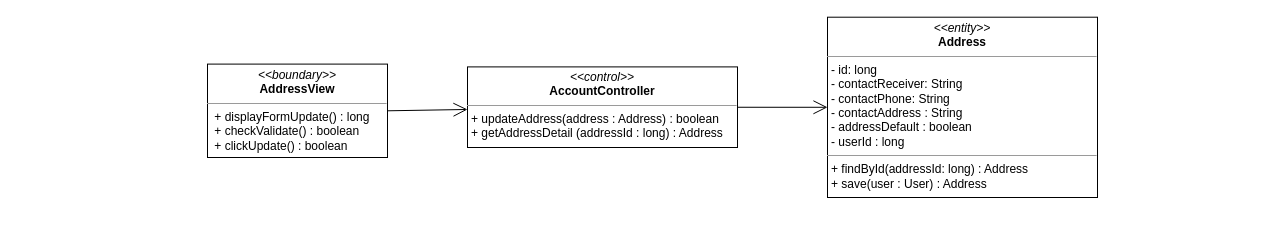
Before: class diagram/update-address-class-diagram.drawio in nguyenphamvan/datn_20202, a draw.io diagram. Source tidied: cells renumbered, new cells numbered last; positions are measured from the earlier drawing's top-left corner, leaving out a move shared by most shapes. Both pictures are drawn from the tidied source at 100%, with x=0, y=0 at pixel (207, 17).
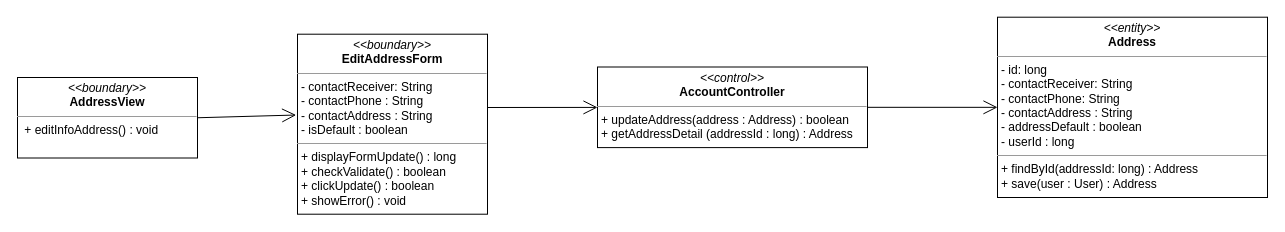
After the change.

Change to the diagram source:
```diff
@@
 <mxGraphModel>
   <root>
     <mxCell id="0" />
     <mxCell id="1" parent="0" />
-    <mxCell id="2" value="&lt;p style=&quot;margin: 0px ; margin-top: 4px ; text-align: center&quot;&gt;&lt;i&gt;&amp;lt;&amp;lt;boundary&amp;gt;&amp;gt;&lt;/i&gt;&lt;br&gt;&lt;b&gt;AddressView&lt;/b&gt;&lt;/p&gt;&lt;hr size=&quot;1&quot;&gt;&lt;p style=&quot;margin: 0px ; margin-left: 4px&quot;&gt;&lt;span&gt;&amp;nbsp;&lt;/span&gt;&lt;span&gt;+ displayFormUpdate() : long&lt;/span&gt;&lt;/p&gt;&lt;p style=&quot;margin: 0px ; margin-left: 4px&quot;&gt;&lt;span&gt;&amp;nbsp;+ checkValidate() : boolean&lt;/span&gt;&lt;/p&gt;&lt;p style=&quot;margin: 0px ; margin-left: 4px&quot;&gt;&amp;nbsp;+ clickUpdate() : boolean&lt;/p&gt;" style="verticalAlign=top;align=left;overflow=fill;fontSize=12;fontFamily=Helvetica;html=1;" parent="1" vertex="1">
-      <mxGeometry y="46.6" width="180" height="93.4" as="geometry" />
+    <mxCell id="2" value="&lt;p style=&quot;margin: 0px ; margin-top: 4px ; text-align: center&quot;&gt;&lt;i&gt;&amp;lt;&amp;lt;boundary&amp;gt;&amp;gt;&lt;/i&gt;&lt;br&gt;&lt;b&gt;AddressView&lt;/b&gt;&lt;/p&gt;&lt;hr size=&quot;1&quot;&gt;&lt;p style=&quot;margin: 0px ; margin-left: 4px&quot;&gt;&lt;span&gt;&amp;nbsp;&lt;/span&gt;&lt;span&gt;+ editInfoAddress() : void&lt;/span&gt;&lt;/p&gt;" style="verticalAlign=top;align=left;overflow=fill;fontSize=12;fontFamily=Helvetica;html=1;" parent="1" vertex="1">
+      <mxGeometry x="-190" y="60" width="180" height="80.5" as="geometry" />
     </mxCell>
-    <mxCell id="3" style="endArrow=open;endFill=1;endSize=12;html=1;exitX=1;exitY=0.5;exitDx=0;exitDy=0;" parent="1" edge="1" source="2" target="5">
+    <mxCell id="3" style="endArrow=open;endFill=1;endSize=12;html=1;exitX=1;exitY=0.5;exitDx=0;exitDy=0;entryX=-0.007;entryY=0.449;entryDx=0;entryDy=0;entryPerimeter=0;" parent="1" edge="1" source="2" target="7">
       <mxGeometry relative="1" as="geometry" />
     </mxCell>
     <mxCell id="4" value="&lt;p style=&quot;margin: 0px ; margin-top: 4px ; text-align: center&quot;&gt;&lt;i&gt;&amp;lt;&amp;lt;entity&amp;gt;&amp;gt;&lt;/i&gt;&lt;br&gt;&lt;b&gt;Address&lt;/b&gt;&lt;/p&gt;&lt;hr size=&quot;1&quot;&gt;&lt;p style=&quot;margin: 0px ; margin-left: 4px&quot;&gt;- id: long&lt;/p&gt;&lt;p style=&quot;margin: 0px ; margin-left: 4px&quot;&gt;- contactReceiver: String&lt;br&gt;- contactPhone: String&lt;/p&gt;&lt;p style=&quot;margin: 0px ; margin-left: 4px&quot;&gt;- contactAddress : String&lt;/p&gt;&lt;p style=&quot;margin: 0px ; margin-left: 4px&quot;&gt;- addressDefault : boolean&lt;/p&gt;&lt;p style=&quot;margin: 0px ; margin-left: 4px&quot;&gt;- userId : long&lt;/p&gt;&lt;hr size=&quot;1&quot;&gt;&lt;p style=&quot;margin: 0px ; margin-left: 4px&quot;&gt;+ findById(addressId: long) : Address&lt;/p&gt;&lt;p style=&quot;margin: 0px ; margin-left: 4px&quot;&gt;+ save(user : User) : Address&lt;/p&gt;" style="verticalAlign=top;align=left;overflow=fill;fontSize=12;fontFamily=Helvetica;html=1;" parent="1" vertex="1">
-      <mxGeometry x="620" y="-0.3" width="270" height="180.3" as="geometry" />
+      <mxGeometry x="790" y="-0.3" width="270" height="180.3" as="geometry" />
     </mxCell>
     <mxCell id="5" value="&lt;p style=&quot;margin: 0px ; margin-top: 4px ; text-align: center&quot;&gt;&lt;i&gt;&amp;lt;&amp;lt;control&amp;gt;&amp;gt;&lt;/i&gt;&lt;br&gt;&lt;b&gt;AccountController&lt;/b&gt;&lt;br&gt;&lt;/p&gt;&lt;hr size=&quot;1&quot;&gt;&lt;p style=&quot;margin: 0px ; margin-left: 4px&quot;&gt;&lt;/p&gt;&lt;p style=&quot;margin: 0px ; margin-left: 4px&quot;&gt;+ updateAddress(address : Address) : boolean&lt;br&gt;&lt;/p&gt;&lt;p style=&quot;margin: 0px ; margin-left: 4px&quot;&gt;+ getAddressDetail (addressId : long) : Address&lt;/p&gt;" style="verticalAlign=top;align=left;overflow=fill;fontSize=12;fontFamily=Helvetica;html=1;" parent="1" vertex="1">
-      <mxGeometry x="260" y="49.4" width="270" height="80.6" as="geometry" />
+      <mxGeometry x="390" y="49.5" width="270" height="80.6" as="geometry" />
     </mxCell>
     <mxCell id="6" style="endArrow=open;endFill=1;endSize=12;html=1;" parent="1" edge="1" source="5" target="4">
       <mxGeometry relative="1" as="geometry" />
     </mxCell>
+    <mxCell id="7" value="&lt;p style=&quot;margin: 0px ; margin-top: 4px ; text-align: center&quot;&gt;&lt;i&gt;&amp;lt;&amp;lt;boundary&amp;gt;&amp;gt;&lt;/i&gt;&lt;br&gt;&lt;b&gt;EditAddressForm&lt;/b&gt;&lt;/p&gt;&lt;hr size=&quot;1&quot;&gt;&lt;p style=&quot;margin: 0px ; margin-left: 4px&quot;&gt;- contactReceiver: String&lt;br&gt;- contactPhone : String&lt;/p&gt;&lt;p style=&quot;margin: 0px ; margin-left: 4px&quot;&gt;- contactAddress : String&lt;/p&gt;&lt;p style=&quot;margin: 0px ; margin-left: 4px&quot;&gt;- isDefault : boolean&lt;/p&gt;&lt;hr size=&quot;1&quot;&gt;&lt;p style=&quot;margin: 0px 0px 0px 4px&quot;&gt;+ displayFormUpdate() : long&lt;/p&gt;&lt;p style=&quot;margin: 0px 0px 0px 4px&quot;&gt;+ checkValidate() : boolean&lt;/p&gt;&lt;p style=&quot;margin: 0px 0px 0px 4px&quot;&gt;+ clickUpdate() : boolean&lt;/p&gt;&lt;p style=&quot;margin: 0px 0px 0px 4px&quot;&gt;+ showError() : void&lt;/p&gt;" style="verticalAlign=top;align=left;overflow=fill;fontSize=12;fontFamily=Helvetica;html=1;" parent="1" vertex="1">
+      <mxGeometry x="90" y="16.7" width="190" height="180" as="geometry" />
+    </mxCell>
+    <mxCell id="8" style="endArrow=open;endFill=1;endSize=12;html=1;" parent="1" edge="1" target="5">
+      <mxGeometry relative="1" as="geometry">
+        <mxPoint x="280" y="90" as="sourcePoint" />
+      </mxGeometry>
+    </mxCell>
   </root>
 </mxGraphModel>
```
